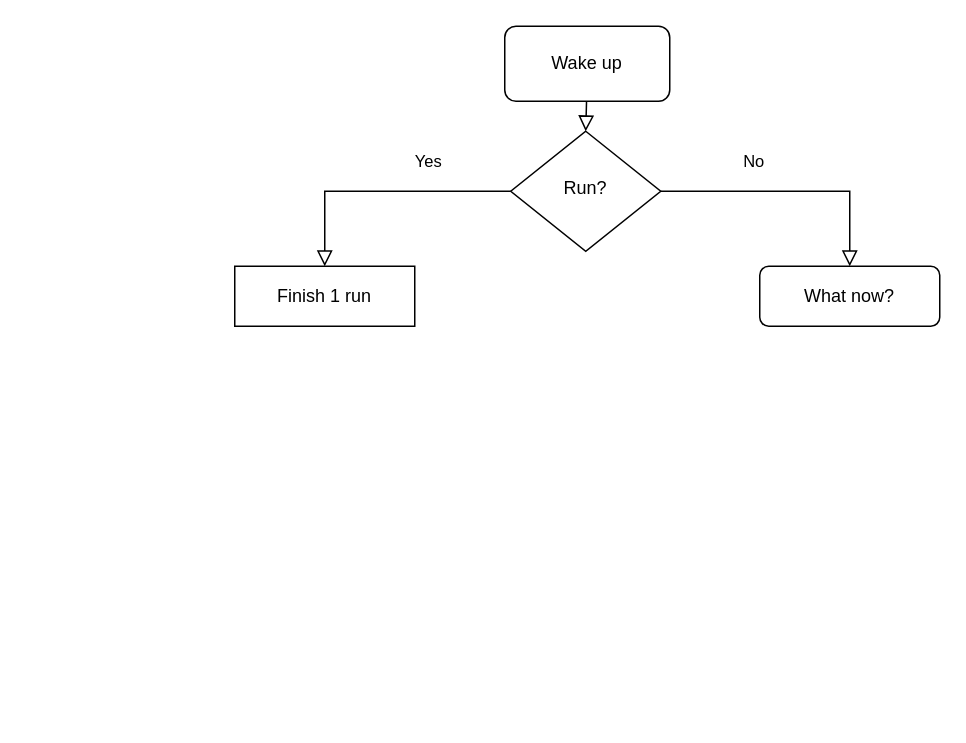
Earlier version of the draw.io diagram Daily life of Samantha.drawio (Karczel/Daily-life-of-Samantha). Source tidied: cells renumbered, new cells numbered last; positions are measured from the earlier drawing's top-left corner, leaving out a move shared by most shapes. Both pictures are drawn from the tidied source at 150%, with x=0, y=0 at pixel (234, 26).
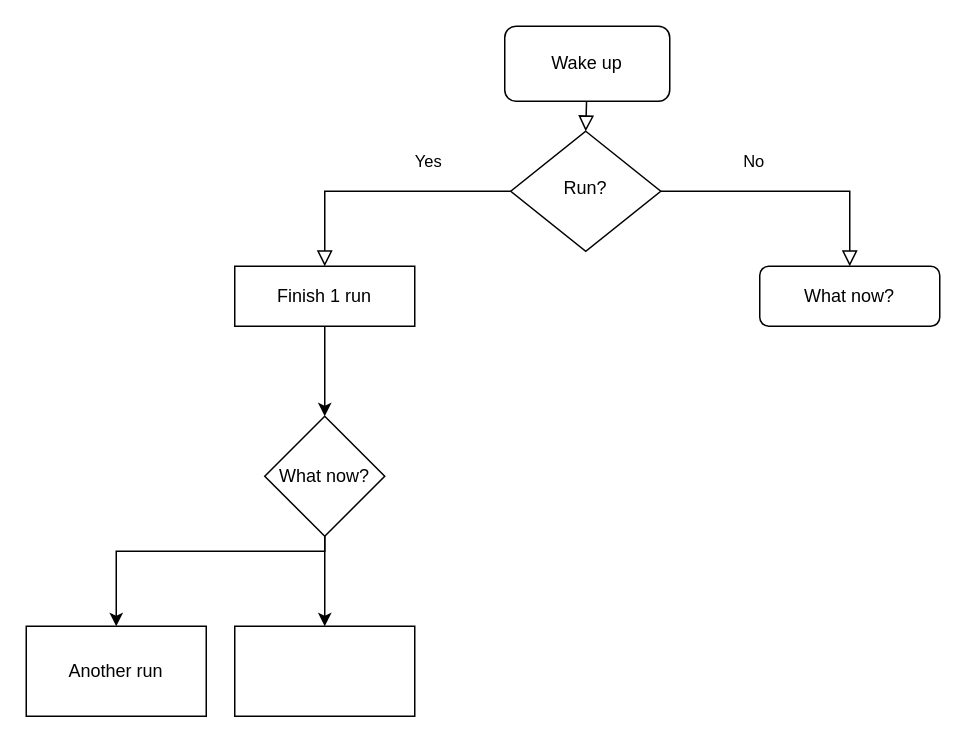
After the change.

Diff of the diagram source:
```diff
@@
 <mxGraphModel>
   <root>
     <mxCell id="0" />
     <mxCell id="1" parent="0" />
     <mxCell id="2" style="rounded=0;html=1;jettySize=auto;fontSize=11;endArrow=block;endFill=0;endSize=8;strokeWidth=1;shadow=0;labelBackgroundColor=none;edgeStyle=orthogonalEdgeStyle;" parent="1" edge="1" target="6">
       <mxGeometry relative="1" as="geometry">
         <mxPoint x="234" y="30" as="sourcePoint" />
       </mxGeometry>
     </mxCell>
     <mxCell id="3" value="Wake up" style="rounded=1;whiteSpace=wrap;html=1;fontSize=12;glass=0;strokeWidth=1;shadow=0;" parent="1" vertex="1">
       <mxGeometry x="180" width="110" height="50" as="geometry" />
     </mxCell>
     <mxCell id="4" value="Yes" style="rounded=0;html=1;jettySize=auto;fontSize=11;endArrow=block;endFill=0;endSize=8;strokeWidth=1;shadow=0;labelBackgroundColor=none;edgeStyle=orthogonalEdgeStyle;" parent="1" edge="1" source="6" target="8">
       <mxGeometry x="-0.37" y="-20" relative="1" as="geometry" />
     </mxCell>
     <mxCell id="5" value="No" style="edgeStyle=orthogonalEdgeStyle;rounded=0;html=1;jettySize=auto;fontSize=11;endArrow=block;endFill=0;endSize=8;strokeWidth=1;shadow=0;labelBackgroundColor=none;" parent="1" edge="1" source="6" target="7">
       <mxGeometry x="-0.3" y="20" relative="1" as="geometry">
         <Array as="points">
           <mxPoint x="410" y="110" />
         </Array>
       </mxGeometry>
     </mxCell>
     <mxCell id="6" value="Run?" style="rhombus;whiteSpace=wrap;html=1;shadow=0;fontFamily=Helvetica;fontSize=12;align=center;strokeWidth=1;spacing=6;spacingTop=-4;" parent="1" vertex="1">
       <mxGeometry x="184" y="70" width="100" height="80" as="geometry" />
     </mxCell>
     <mxCell id="7" value="What now?" style="rounded=1;whiteSpace=wrap;html=1;fontSize=12;glass=0;strokeWidth=1;shadow=0;" parent="1" vertex="1">
       <mxGeometry x="350" y="160" width="120" height="40" as="geometry" />
     </mxCell>
+    <mxCell id="9" style="edgeStyle=orthogonalEdgeStyle;rounded=0;jettySize=auto;html=1;" parent="1" edge="1" source="8" target="12">
+      <mxGeometry relative="1" as="geometry" />
+    </mxCell>
     <mxCell id="8" value="Finish 1 run" style="rounded=0;whiteSpace=wrap;html=1;" parent="1" vertex="1">
       <mxGeometry y="160" width="120" height="40" as="geometry" />
     </mxCell>
+    <mxCell id="10" style="edgeStyle=orthogonalEdgeStyle;rounded=0;jettySize=auto;html=1;" parent="1" edge="1" source="12" target="13">
+      <mxGeometry relative="1" as="geometry">
+        <Array as="points">
+          <mxPoint x="60" y="350" />
+          <mxPoint x="-79" y="350" />
+        </Array>
+      </mxGeometry>
+    </mxCell>
+    <mxCell id="11" style="edgeStyle=orthogonalEdgeStyle;rounded=0;jettySize=auto;html=1;exitX=0.5;exitY=1;exitDx=0;exitDy=0;" parent="1" edge="1" source="12" target="14">
+      <mxGeometry relative="1" as="geometry" />
+    </mxCell>
+    <mxCell id="12" value="What now?" style="rhombus;whiteSpace=wrap;html=1;rounded=0;" parent="1" vertex="1">
+      <mxGeometry x="20" y="260" width="80" height="80" as="geometry" />
+    </mxCell>
+    <mxCell id="13" value="Another run" style="whiteSpace=wrap;html=1;rounded=0;" parent="1" vertex="1">
+      <mxGeometry x="-139" y="400" width="120" height="60" as="geometry" />
+    </mxCell>
+    <mxCell id="14" style="rounded=0;whiteSpace=wrap;html=1;" parent="1" vertex="1">
+      <mxGeometry y="400" width="120" height="60" as="geometry" />
+    </mxCell>
   </root>
 </mxGraphModel>
```
